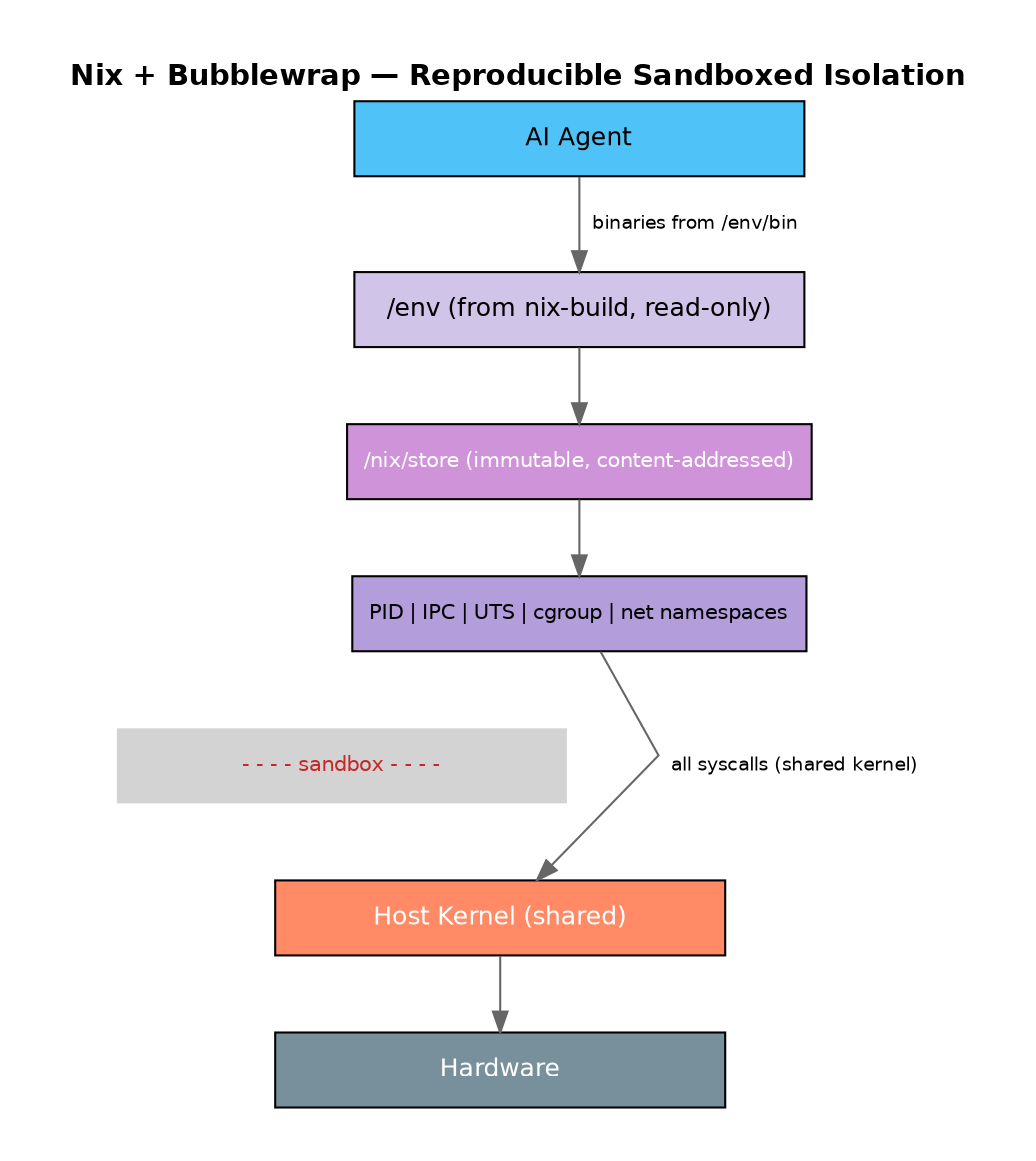
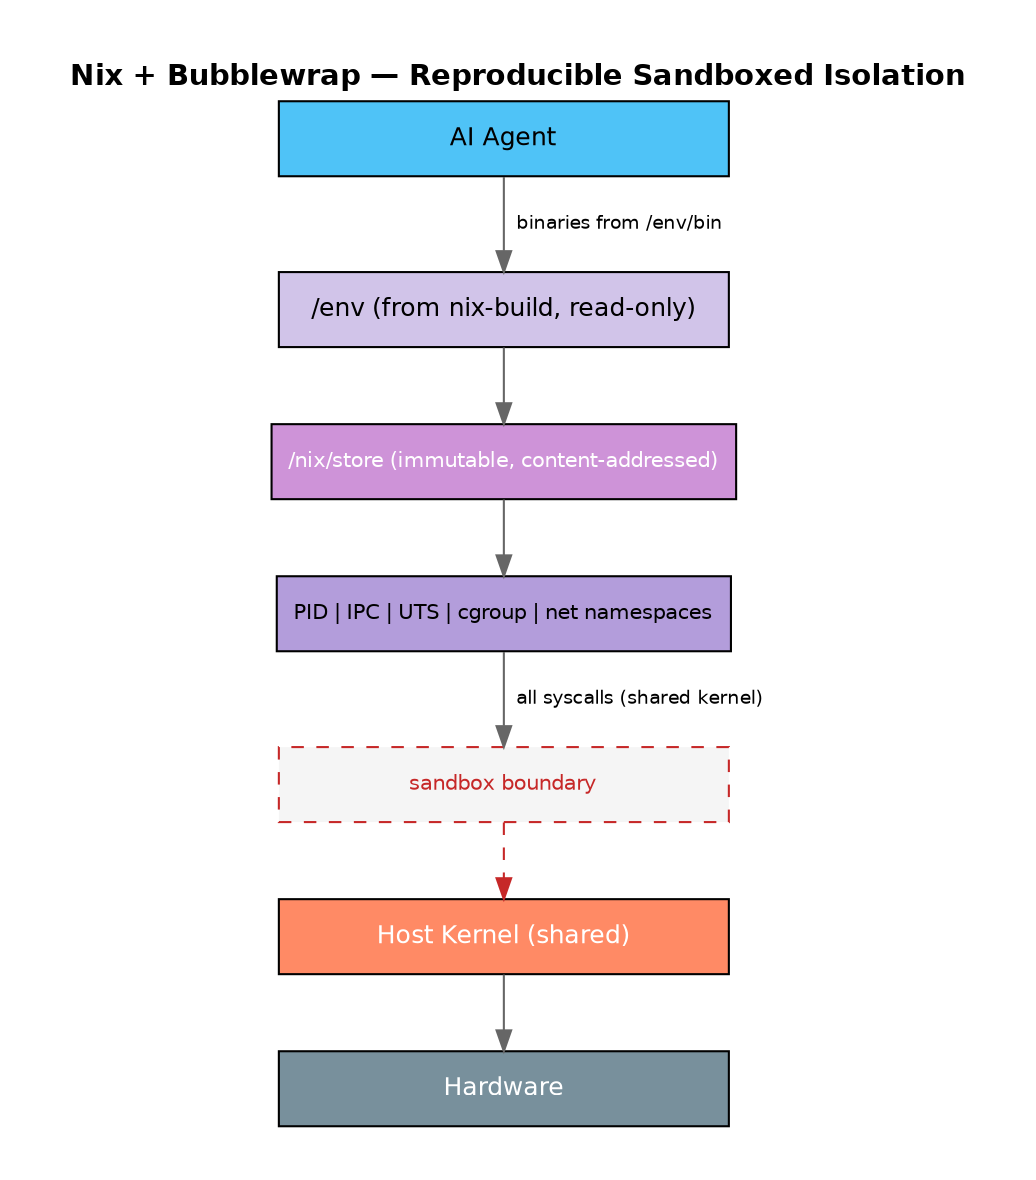
digraph Nix {
  rankdir=TB;
  splines=false;
  nodesep=0.3;
  ranksep=0.5;
  bgcolor="white";
  margin=0.3;

  node [shape=box, style="filled", fontname="Helvetica", fontsize=12, width=3, height=0.5];
  edge [fontname="Helvetica", fontsize=9, color="#666666"];

  label="Nix + Bubblewrap — Reproducible Sandboxed Isolation";
  labelloc=t;
  fontsize=14;
  fontname="Helvetica-Bold";

  agent [label="AI Agent", fillcolor="#4FC3F7"];
  env [label="/env (from nix-build, read-only)", fillcolor="#D1C4E9"];
  store [label="/nix/store (immutable, content-addressed)", fillcolor="#CE93D8", fontcolor=white, fontsize=10];
  ns [label="PID | IPC | UTS | cgroup | net namespaces", fillcolor="#B39DDB", fontsize=10];
- 
-   sb_label [label="- - - - sandbox - - - -", shape=plaintext, fontsize=10, fontcolor="#C62828"];
- 
+   sb [label="sandbox boundary", style="dashed,filled", fillcolor="#F5F5F5", fontcolor="#C62828", fontsize=10, color="#C62828"];
  kernel [label="Host Kernel (shared)", fillcolor="#FF8A65", fontcolor=white];
  hw [label="Hardware", fillcolor="#78909C", fontcolor=white];

  agent -> env [label="  binaries from /env/bin"];
  env -> store;
  store -> ns;
-   ns -> sb_label [style=invis];
-   sb_label -> kernel [style=invis];
-   ns -> kernel [label="  all syscalls (shared kernel)"];
+   ns -> sb [label="  all syscalls (shared kernel)"];
+   sb -> kernel [style=dashed, color="#C62828"];
  kernel -> hw;
}
